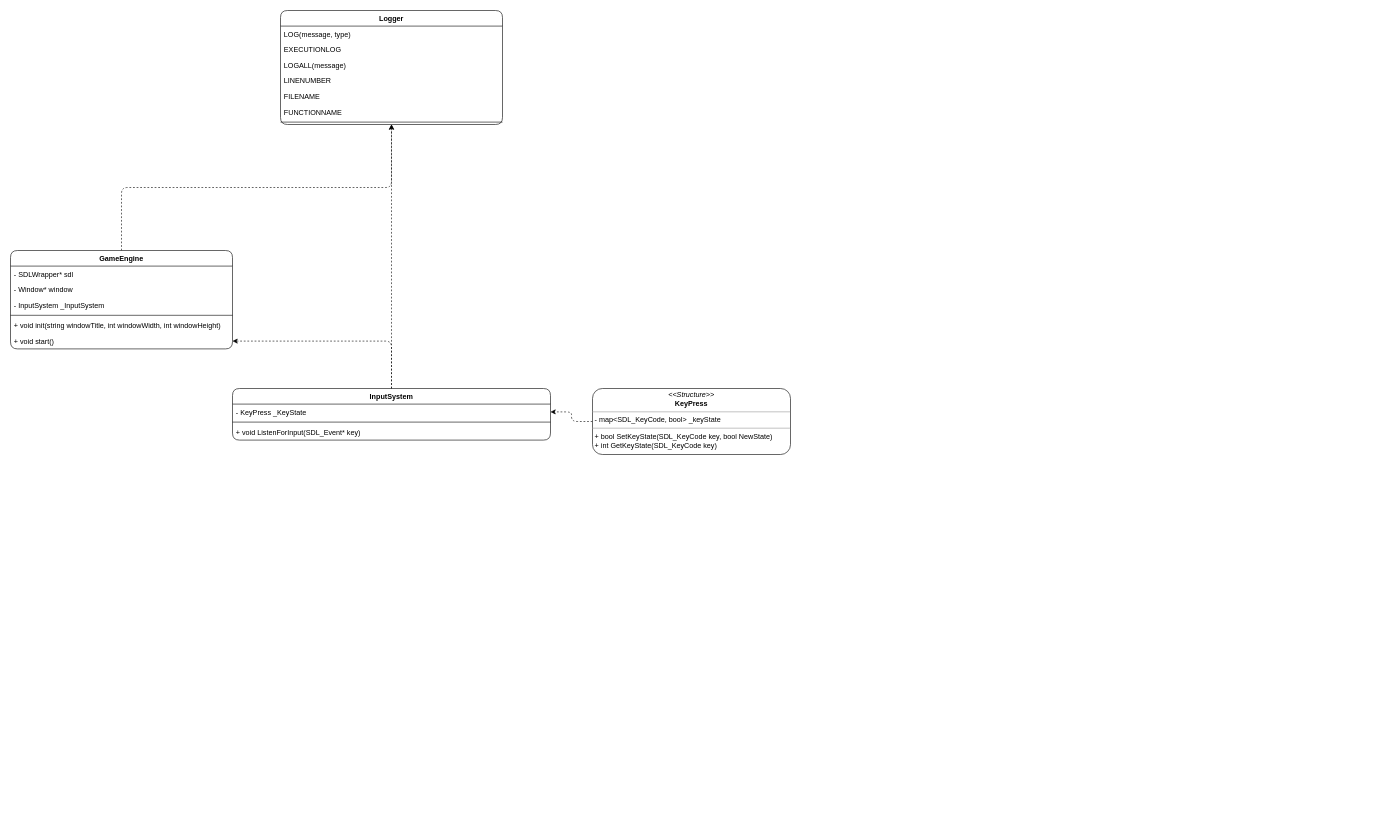
This is Planning/APT.drawio from Ricard0Brites/Game-Engine, a draw.io file, before an edit. Source tidied: cells renumbered, new cells numbered last; positions are measured from the earlier drawing's top-left corner, leaving out a move shared by most shapes. Both pictures are drawn from the tidied source at 60%, with x=0, y=0 at pixel (10, 10).
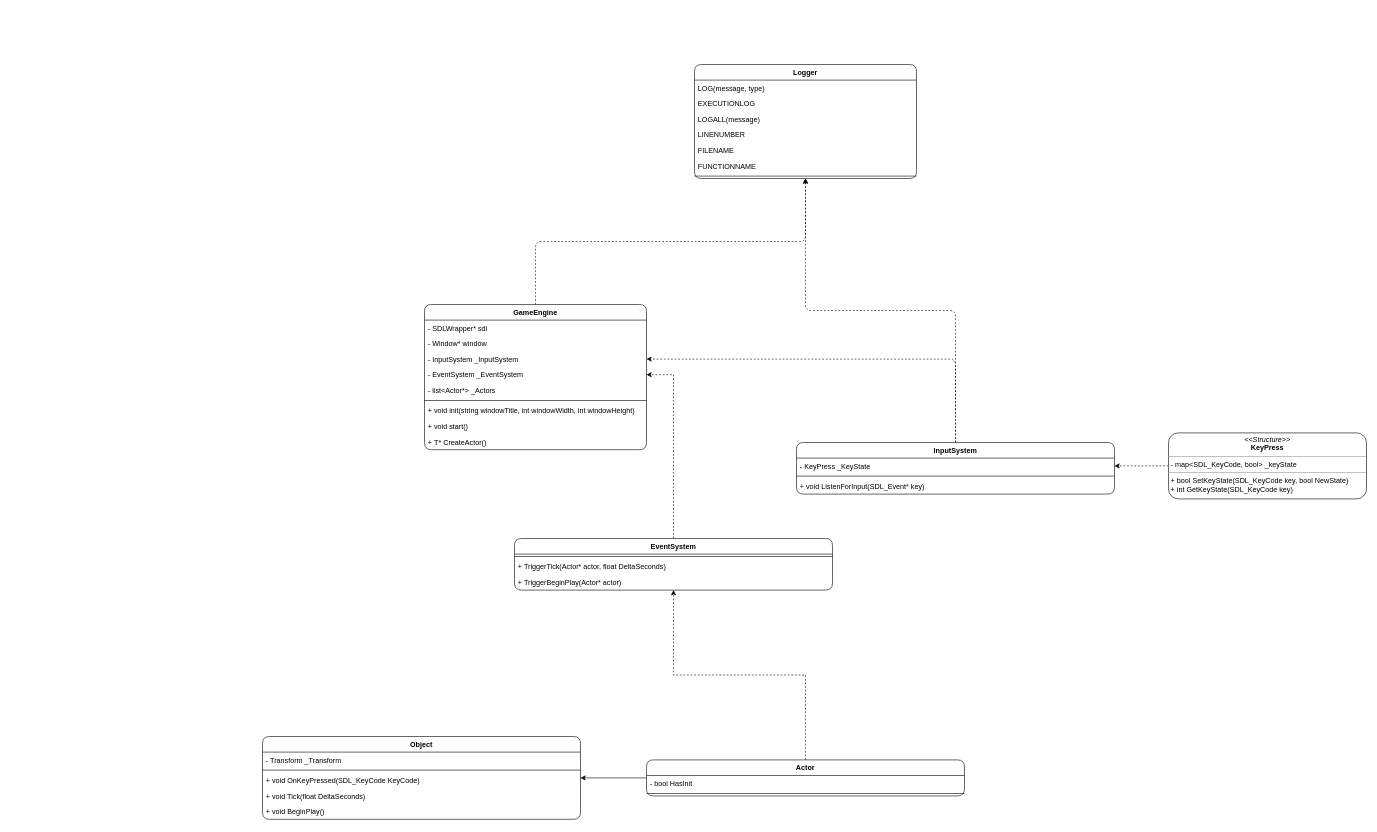
The same diagram, later.

The change refers to these unchanged cells:
```xml
<mxCell id="6" value="- InputSystem _InputSystem" style="text;strokeColor=none;fillColor=none;align=left;verticalAlign=top;spacingLeft=4;spacingRight=4;overflow=hidden;points=[[0,0.5],[1,0.5]];portConstraint=eastwest;rounded=1;" parent="3" vertex="1">
  <mxGeometry y="78" width="370" height="26" as="geometry" />
</mxCell>
```

What changed in the source:
```diff
@@
     <mxCell id="3" value="GameEngine" style="swimlane;fontStyle=1;align=center;verticalAlign=top;horizontal=1;startSize=26;rounded=1;" parent="1" vertex="1">
-      <mxGeometry y="400" width="370" height="164" as="geometry" />
+      <mxGeometry x="690" y="490" width="370" height="242" as="geometry" />
     </mxCell>
@@
+    <mxCell id="26" value="- EventSystem _EventSystem" style="text;strokeColor=none;fillColor=none;align=left;verticalAlign=top;spacingLeft=4;spacingRight=4;overflow=hidden;points=[[0,0.5],[1,0.5]];portConstraint=eastwest;rounded=1;" parent="3" vertex="1">
+      <mxGeometry y="104" width="370" height="26" as="geometry" />
+    </mxCell>
+    <mxCell id="27" value="- list&lt;Actor*&gt; _Actors" style="text;strokeColor=none;fillColor=none;align=left;verticalAlign=top;spacingLeft=4;spacingRight=4;overflow=hidden;rounded=1;" parent="3" vertex="1">
+      <mxGeometry y="130" width="370" height="26" as="geometry" />
+    </mxCell>
     <mxCell id="7" style="line;strokeWidth=1;fillColor=none;align=left;verticalAlign=middle;spacingTop=-1;spacingLeft=3;spacingRight=3;labelPosition=right;strokeColor=inherit;rounded=1;" parent="3" vertex="1">
-      <mxGeometry y="104" width="370" height="8" as="geometry" />
+      <mxGeometry y="156" width="370" height="8" as="geometry" />
     </mxCell>
     <mxCell id="8" value="+ void init(string windowTitle, int windowWidth, int windowHeight)" style="text;strokeColor=none;fillColor=none;align=left;verticalAlign=top;spacingLeft=4;spacingRight=4;overflow=hidden;rounded=1;" parent="3" vertex="1">
-      <mxGeometry y="112" width="370" height="26" as="geometry" />
+      <mxGeometry y="164" width="370" height="26" as="geometry" />
     </mxCell>
     <mxCell id="9" value="+ void start()" style="text;strokeColor=none;fillColor=none;align=left;verticalAlign=top;spacingLeft=4;spacingRight=4;overflow=hidden;points=[[0,0.5],[1,0.5]];portConstraint=eastwest;rounded=1;" parent="3" vertex="1">
-      <mxGeometry y="138" width="370" height="26" as="geometry" />
+      <mxGeometry y="190" width="370" height="26" as="geometry" />
     </mxCell>
+    <mxCell id="28" value="+ T* CreateActor()" style="text;strokeColor=none;fillColor=none;align=left;verticalAlign=top;spacingLeft=4;spacingRight=4;overflow=hidden;rounded=1;" parent="3" vertex="1">
+      <mxGeometry y="216" width="370" height="26" as="geometry" />
+    </mxCell>
@@
     <mxCell id="11" value="InputSystem" style="swimlane;fontStyle=1;align=center;verticalAlign=top;horizontal=1;startSize=26;rounded=1;" parent="1" vertex="1">
-      <mxGeometry x="370" y="630" width="530" height="86" as="geometry" />
+      <mxGeometry x="1310" y="720" width="530" height="86" as="geometry" />
     </mxCell>
@@
-    <mxCell id="15" style="edgeStyle=orthogonalEdgeStyle;rounded=1;jettySize=auto;html=1;dashed=1;entryX=1;entryY=0.5;entryDx=0;entryDy=0;exitX=0.5;exitY=0;exitDx=0;exitDy=0;" parent="1" edge="1" source="11" target="9">
+    <mxCell id="15" style="edgeStyle=orthogonalEdgeStyle;rounded=1;jettySize=auto;html=1;dashed=1;entryX=1;entryY=0.5;entryDx=0;entryDy=0;exitX=0.5;exitY=0;exitDx=0;exitDy=0;" parent="1" edge="1" source="11" target="6">
       <mxGeometry relative="1" as="geometry" />
     </mxCell>
@@
     <mxCell id="17" value="&lt;p style=&quot;margin:0px;margin-top:4px;text-align:center;&quot;&gt;&lt;i&gt;&amp;lt;&amp;lt;Structure&amp;gt;&amp;gt;&lt;/i&gt;&lt;br&gt;&lt;b&gt;KeyPress&lt;/b&gt;&lt;/p&gt;&lt;hr size=&quot;1&quot;&gt;&lt;p style=&quot;margin:0px;margin-left:4px;&quot;&gt;- map&amp;lt;SDL_KeyCode, bool&amp;gt; _keyState&lt;/p&gt;&lt;hr size=&quot;1&quot;&gt;&lt;p style=&quot;margin:0px;margin-left:4px;&quot;&gt;+ bool SetKeyState(SDL_KeyCode key, bool NewState)&lt;br&gt;+ int GetKeyState(SDL_KeyCode key)&lt;/p&gt;" style="verticalAlign=top;align=left;overflow=fill;fontSize=12;fontFamily=Helvetica;html=1;rounded=1;" parent="1" vertex="1">
-      <mxGeometry x="970" y="630" width="330" height="110" as="geometry" />
+      <mxGeometry x="1930" y="704" width="330" height="110" as="geometry" />
     </mxCell>
     <mxCell id="18" value="Logger" style="swimlane;fontStyle=1;align=center;verticalAlign=top;horizontal=1;startSize=26;rounded=1;" parent="1" vertex="1">
-      <mxGeometry x="450" width="370" height="190" as="geometry" />
+      <mxGeometry x="1140" y="90" width="370" height="190" as="geometry" />
     </mxCell>
@@
+    <mxCell id="29" style="edgeStyle=orthogonalEdgeStyle;rounded=0;jettySize=auto;html=1;exitX=0.5;exitY=0;exitDx=0;exitDy=0;entryX=1;entryY=0.5;entryDx=0;entryDy=0;dashed=1;" parent="1" edge="1" source="30" target="26">
+      <mxGeometry relative="1" as="geometry" />
+    </mxCell>
+    <mxCell id="30" value="EventSystem" style="swimlane;fontStyle=1;align=center;verticalAlign=top;horizontal=1;startSize=26;rounded=1;" parent="1" vertex="1">
+      <mxGeometry x="840" y="880" width="530" height="86" as="geometry" />
+    </mxCell>
+    <mxCell id="31" style="line;strokeWidth=1;fillColor=none;align=left;verticalAlign=middle;spacingTop=-1;spacingLeft=3;spacingRight=3;labelPosition=right;strokeColor=inherit;rounded=1;" parent="30" vertex="1">
+      <mxGeometry y="26" width="530" height="8" as="geometry" />
+    </mxCell>
+    <mxCell id="32" value="+ TriggerTick(Actor* actor, float DeltaSeconds)" style="text;strokeColor=none;fillColor=none;align=left;verticalAlign=top;spacingLeft=4;spacingRight=4;overflow=hidden;rounded=1;" parent="30" vertex="1">
+      <mxGeometry y="34" width="530" height="26" as="geometry" />
+    </mxCell>
+    <mxCell id="33" value="+ TriggerBeginPlay(Actor* actor)" style="text;strokeColor=none;fillColor=none;align=left;verticalAlign=top;spacingLeft=4;spacingRight=4;overflow=hidden;rounded=1;" parent="30" vertex="1">
+      <mxGeometry y="60" width="530" height="26" as="geometry" />
+    </mxCell>
+    <mxCell id="34" value="Object" style="swimlane;fontStyle=1;align=center;verticalAlign=top;horizontal=1;startSize=26;rounded=1;" parent="1" vertex="1">
+      <mxGeometry x="420" y="1210" width="530" height="138" as="geometry" />
+    </mxCell>
+    <mxCell id="35" value="- Transform _Transform" style="text;strokeColor=none;fillColor=none;align=left;verticalAlign=top;spacingLeft=4;spacingRight=4;overflow=hidden;rounded=1;" parent="34" vertex="1">
+      <mxGeometry y="26" width="530" height="26" as="geometry" />
+    </mxCell>
+    <mxCell id="36" style="line;strokeWidth=1;fillColor=none;align=left;verticalAlign=middle;spacingTop=-1;spacingLeft=3;spacingRight=3;labelPosition=right;strokeColor=inherit;rounded=1;" parent="34" vertex="1">
+      <mxGeometry y="52" width="530" height="8" as="geometry" />
+    </mxCell>
+    <mxCell id="37" value="+ void OnKeyPressed(SDL_KeyCode KeyCode)" style="text;strokeColor=none;fillColor=none;align=left;verticalAlign=top;spacingLeft=4;spacingRight=4;overflow=hidden;rounded=1;" parent="34" vertex="1">
+      <mxGeometry y="60" width="530" height="26" as="geometry" />
+    </mxCell>
+    <mxCell id="38" value="+ void Tick(float DeltaSeconds)" style="text;strokeColor=none;fillColor=none;align=left;verticalAlign=top;spacingLeft=4;spacingRight=4;overflow=hidden;rounded=1;" parent="34" vertex="1">
+      <mxGeometry y="86" width="530" height="26" as="geometry" />
+    </mxCell>
+    <mxCell id="39" value="+ void BeginPlay()" style="text;strokeColor=none;fillColor=none;align=left;verticalAlign=top;spacingLeft=4;spacingRight=4;overflow=hidden;rounded=1;" parent="34" vertex="1">
+      <mxGeometry y="112" width="530" height="26" as="geometry" />
+    </mxCell>
+    <mxCell id="40" style="edgeStyle=orthogonalEdgeStyle;rounded=0;jettySize=auto;html=1;" parent="1" edge="1" source="42" target="34">
+      <mxGeometry relative="1" as="geometry" />
+    </mxCell>
+    <mxCell id="41" style="edgeStyle=orthogonalEdgeStyle;rounded=0;jettySize=auto;html=1;exitX=0.5;exitY=0;exitDx=0;exitDy=0;dashed=1;" parent="1" edge="1" source="42" target="30">
+      <mxGeometry relative="1" as="geometry" />
+    </mxCell>
+    <mxCell id="42" value="Actor&#10;" style="swimlane;fontStyle=1;align=center;verticalAlign=top;horizontal=1;startSize=26;rounded=1;" parent="1" vertex="1">
+      <mxGeometry x="1060" y="1249" width="530" height="60" as="geometry" />
+    </mxCell>
+    <mxCell id="43" value="- bool HasInit" style="text;strokeColor=none;fillColor=none;align=left;verticalAlign=top;spacingLeft=4;spacingRight=4;overflow=hidden;rounded=1;" parent="42" vertex="1">
+      <mxGeometry y="26" width="530" height="26" as="geometry" />
+    </mxCell>
+    <mxCell id="44" style="line;strokeWidth=1;fillColor=none;align=left;verticalAlign=middle;spacingTop=-1;spacingLeft=3;spacingRight=3;labelPosition=right;strokeColor=inherit;rounded=1;" parent="42" vertex="1">
+      <mxGeometry y="52" width="530" height="8" as="geometry" />
+    </mxCell>
```
